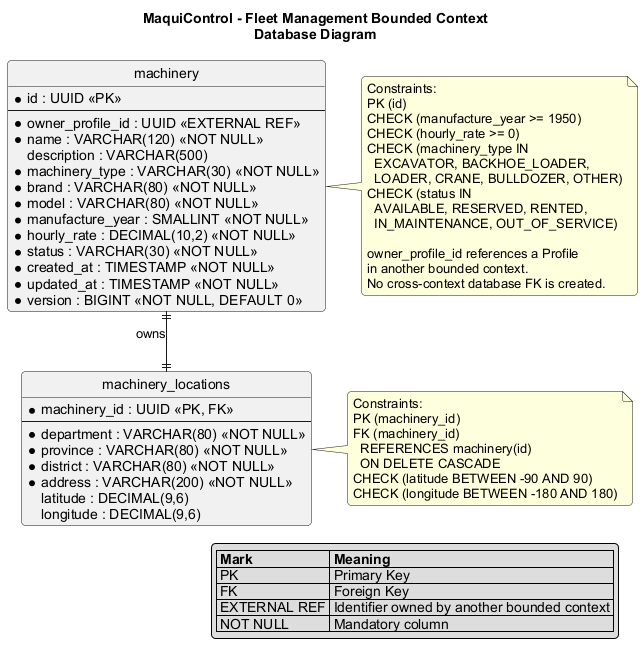
AndesHeavyTech/MaquiControl keeps this PlantUML diagram as assets/fleet-management-database-diagram.png. Above is the earlier version. Its diagram source:
```plantuml
@startuml
title MaquiControl - Fleet Management Bounded Context\nDatabase Diagram

skinparam shadowing false
skinparam roundcorner 8
skinparam defaultFontName Arial
skinparam linetype ortho
hide circle

entity "machinery" as machinery {
  * id : UUID <<PK>>
  --
  * owner_profile_id : UUID <<EXTERNAL REF>>
  * name : VARCHAR(120) <<NOT NULL>>
  description : VARCHAR(500)
  * machinery_type : VARCHAR(30) <<NOT NULL>>
  * brand : VARCHAR(80) <<NOT NULL>>
  * model : VARCHAR(80) <<NOT NULL>>
  * manufacture_year : SMALLINT <<NOT NULL>>
  * hourly_rate : DECIMAL(10,2) <<NOT NULL>>
  * status : VARCHAR(30) <<NOT NULL>>
  * created_at : TIMESTAMP <<NOT NULL>>
  * updated_at : TIMESTAMP <<NOT NULL>>
  * version : BIGINT <<NOT NULL, DEFAULT 0>>
}

entity "machinery_locations" as machinery_locations {
  * machinery_id : UUID <<PK, FK>>
  --
  * department : VARCHAR(80) <<NOT NULL>>
  * province : VARCHAR(80) <<NOT NULL>>
  * district : VARCHAR(80) <<NOT NULL>>
  * address : VARCHAR(200) <<NOT NULL>>
  latitude : DECIMAL(9,6)
  longitude : DECIMAL(9,6)
}

machinery ||--|| machinery_locations : owns

note right of machinery
  Constraints:
  PK (id)
  CHECK (manufacture_year >= 1950)
  CHECK (hourly_rate >= 0)
  CHECK (machinery_type IN
    EXCAVATOR, BACKHOE_LOADER,
    LOADER, CRANE, BULLDOZER, OTHER)
  CHECK (status IN
    AVAILABLE, RESERVED, RENTED,
    IN_MAINTENANCE, OUT_OF_SERVICE)

  owner_profile_id references a Profile
  in another bounded context.
  No cross-context database FK is created.
end note

note right of machinery_locations
  Constraints:
  PK (machinery_id)
  FK (machinery_id)
    REFERENCES machinery(id)
    ON DELETE CASCADE
  CHECK (latitude BETWEEN -90 AND 90)
  CHECK (longitude BETWEEN -180 AND 180)
end note

legend right
  |= Mark |= Meaning |
  | PK | Primary Key |
  | FK | Foreign Key |
  | EXTERNAL REF | Identifier owned by another bounded context |
  | NOT NULL | Mandatory column |
endlegend

@enduml
```
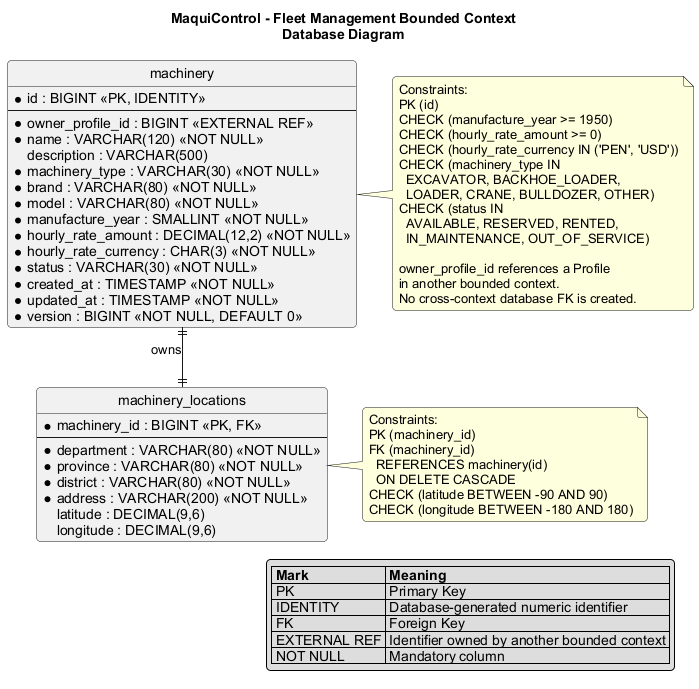
After the change.

Change to the diagram source:
```diff
@@ -8,16 +8,17 @@
 hide circle
 
 entity "machinery" as machinery {
-  * id : UUID <<PK>>
+  * id : BIGINT <<PK, IDENTITY>>
   --
-  * owner_profile_id : UUID <<EXTERNAL REF>>
+  * owner_profile_id : BIGINT <<EXTERNAL REF>>
   * name : VARCHAR(120) <<NOT NULL>>
   description : VARCHAR(500)
   * machinery_type : VARCHAR(30) <<NOT NULL>>
   * brand : VARCHAR(80) <<NOT NULL>>
   * model : VARCHAR(80) <<NOT NULL>>
   * manufacture_year : SMALLINT <<NOT NULL>>
-  * hourly_rate : DECIMAL(10,2) <<NOT NULL>>
+  * hourly_rate_amount : DECIMAL(12,2) <<NOT NULL>>
+  * hourly_rate_currency : CHAR(3) <<NOT NULL>>
   * status : VARCHAR(30) <<NOT NULL>>
   * created_at : TIMESTAMP <<NOT NULL>>
   * updated_at : TIMESTAMP <<NOT NULL>>
@@ -25,7 +26,7 @@
 }
 
 entity "machinery_locations" as machinery_locations {
-  * machinery_id : UUID <<PK, FK>>
+  * machinery_id : BIGINT <<PK, FK>>
   --
   * department : VARCHAR(80) <<NOT NULL>>
   * province : VARCHAR(80) <<NOT NULL>>
@@ -41,7 +42,8 @@
   Constraints:
   PK (id)
   CHECK (manufacture_year >= 1950)
-  CHECK (hourly_rate >= 0)
+  CHECK (hourly_rate_amount >= 0)
+  CHECK (hourly_rate_currency IN ('PEN', 'USD'))
   CHECK (machinery_type IN
     EXCAVATOR, BACKHOE_LOADER,
     LOADER, CRANE, BULLDOZER, OTHER)
@@ -67,6 +69,7 @@
 legend right
   |= Mark |= Meaning |
   | PK | Primary Key |
+  | IDENTITY | Database-generated numeric identifier |
   | FK | Foreign Key |
   | EXTERNAL REF | Identifier owned by another bounded context |
   | NOT NULL | Mandatory column |
```
